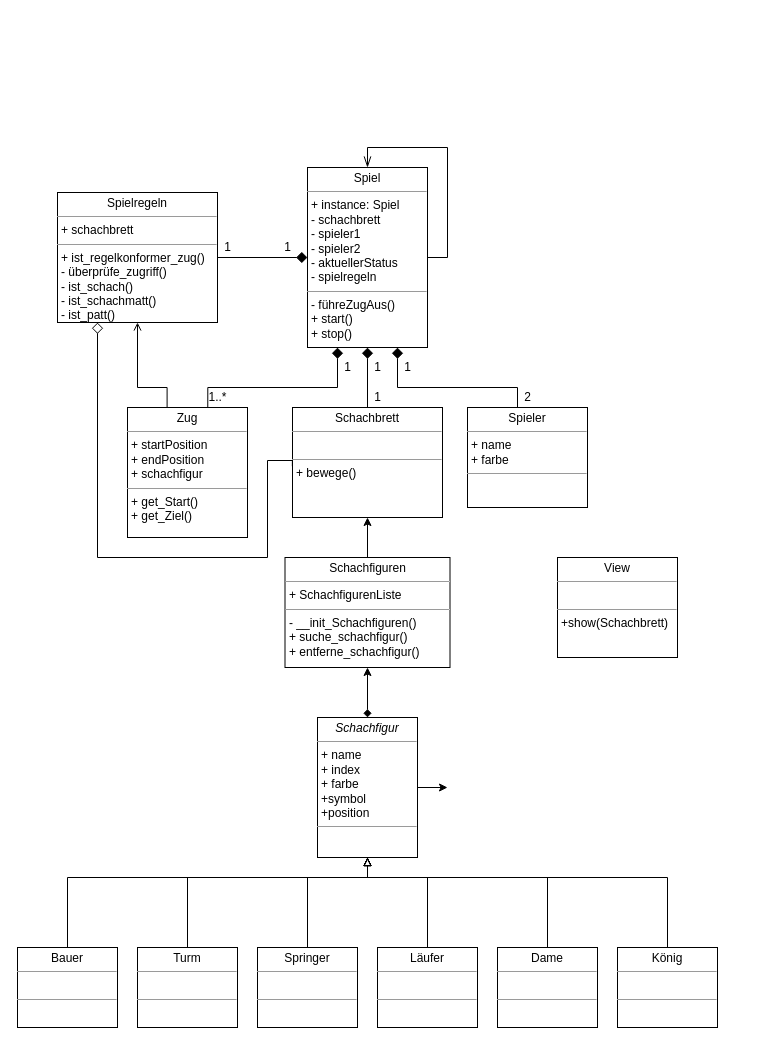
tobiasknode/chess keeps this draw.io diagram as docu/Schach_2.drawio. Above is the earlier version. Source tidied: cells renumbered, new cells numbered last; positions are measured from the earlier drawing's top-left corner, leaving out a move shared by most shapes. Both pictures are drawn from the tidied source at 100%, with x=0, y=0 at pixel (17, 147).
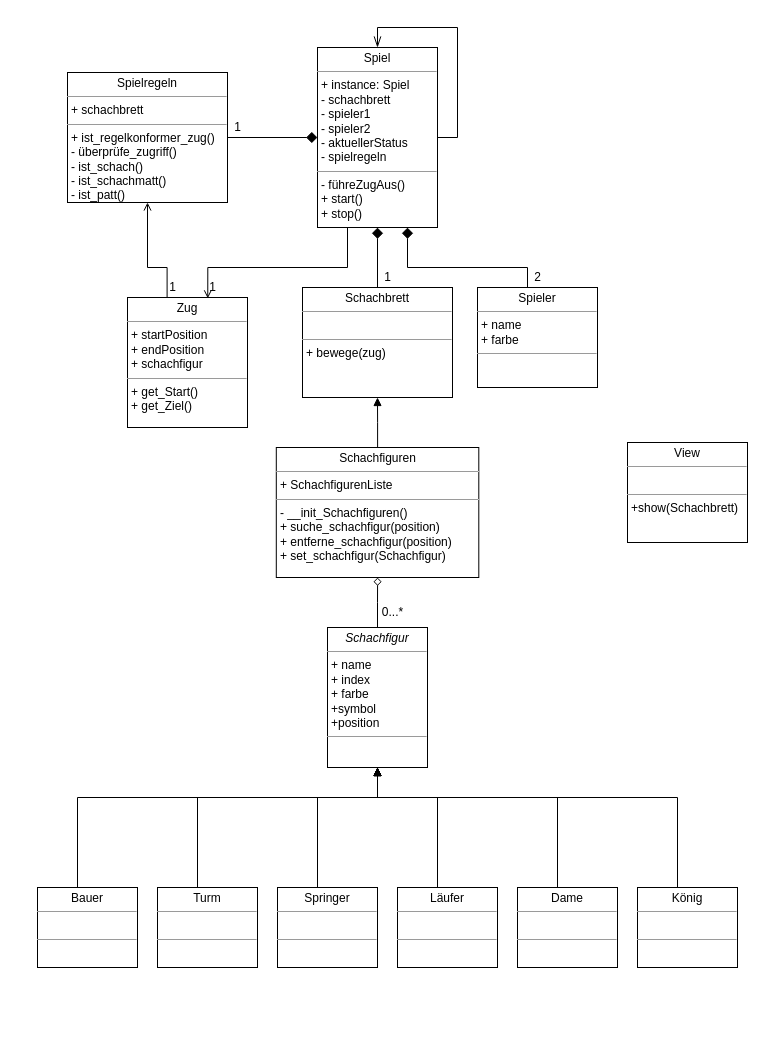
The same diagram, later.

The edit, as a diff of the source:
```diff
@@
     <mxCell id="3" value="&lt;p style=&quot;margin:0px;margin-top:4px;text-align:center;&quot;&gt;Spielregeln&lt;/p&gt;&lt;hr size=&quot;1&quot;&gt;&lt;p style=&quot;margin:0px;margin-left:4px;&quot;&gt;+ schachbrett&lt;/p&gt;&lt;hr size=&quot;1&quot;&gt;&lt;p style=&quot;margin:0px;margin-left:4px;&quot;&gt;+ ist_regelkonformer_zug()&lt;/p&gt;&lt;p style=&quot;margin:0px;margin-left:4px;&quot;&gt;- überprüfe_zugriff()&lt;br&gt;- ist_schach()&lt;/p&gt;&lt;p style=&quot;margin:0px;margin-left:4px;&quot;&gt;- ist_schachmatt()&lt;/p&gt;&lt;p style=&quot;margin:0px;margin-left:4px;&quot;&gt;- ist_patt()&lt;/p&gt;" style="verticalAlign=top;align=left;overflow=fill;fontSize=12;fontFamily=Helvetica;html=1;rounded=0;shadow=0;comic=0;labelBackgroundColor=none;strokeWidth=1;" parent="1" vertex="1">
-      <mxGeometry x="40" y="45" width="160" height="130" as="geometry" />
+      <mxGeometry x="50" y="-75" width="160" height="130" as="geometry" />
     </mxCell>
     <mxCell id="4" value="&lt;p style=&quot;margin:0px;margin-top:4px;text-align:center;&quot;&gt;Spiel&lt;/p&gt;&lt;hr size=&quot;1&quot;&gt;&lt;p style=&quot;margin:0px;margin-left:4px;&quot;&gt;+ instance: Spiel&lt;/p&gt;&lt;p style=&quot;margin:0px;margin-left:4px;&quot;&gt;- schachbrett&lt;/p&gt;&lt;p style=&quot;margin:0px;margin-left:4px;&quot;&gt;- spieler1&lt;/p&gt;&lt;p style=&quot;margin:0px;margin-left:4px;&quot;&gt;- spieler2&lt;/p&gt;&lt;p style=&quot;margin:0px;margin-left:4px;&quot;&gt;- aktuellerStatus&lt;/p&gt;&lt;p style=&quot;margin:0px;margin-left:4px;&quot;&gt;- spielregeln&lt;/p&gt;&lt;hr size=&quot;1&quot;&gt;&lt;p style=&quot;margin:0px;margin-left:4px;&quot;&gt;- führeZugAus()&lt;br&gt;&lt;/p&gt;&lt;p style=&quot;margin:0px;margin-left:4px;&quot;&gt;+ start()&lt;/p&gt;&lt;p style=&quot;margin:0px;margin-left:4px;&quot;&gt;+ stop()&lt;/p&gt;" style="verticalAlign=top;align=left;overflow=fill;fontSize=12;fontFamily=Helvetica;html=1;rounded=0;shadow=0;comic=0;labelBackgroundColor=none;strokeWidth=1;" parent="1" vertex="1">
-      <mxGeometry x="290" y="20" width="120" height="180" as="geometry" />
+      <mxGeometry x="300" y="-100" width="120" height="180" as="geometry" />
     </mxCell>
-    <mxCell id="5" style="edgeStyle=orthogonalEdgeStyle;rounded=0;jettySize=auto;html=1;startArrow=diamond;startFill=1;" parent="1" edge="1" source="7" target="38">
+    <mxCell id="5" style="edgeStyle=orthogonalEdgeStyle;rounded=0;jettySize=auto;html=1;startArrow=none;startFill=0;endArrow=diamond;endFill=0;" parent="1" edge="1" source="7" target="38">
       <mxGeometry relative="1" as="geometry" />
     </mxCell>
-    <mxCell id="6" style="edgeStyle=orthogonalEdgeStyle;rounded=0;jettySize=auto;html=1;exitX=1;exitY=0.5;exitDx=0;exitDy=0;" parent="1" edge="1" source="7">
-      <mxGeometry relative="1" as="geometry">
-        <mxPoint x="430" y="639.8" as="targetPoint" />
-      </mxGeometry>
-    </mxCell>
     <mxCell id="7" value="&lt;p style=&quot;margin:0px;margin-top:4px;text-align:center;&quot;&gt;&lt;i&gt;Schachfigur&lt;/i&gt;&lt;/p&gt;&lt;hr size=&quot;1&quot;&gt;&lt;p style=&quot;margin:0px;margin-left:4px;&quot;&gt;+ name&lt;/p&gt;&lt;p style=&quot;margin:0px;margin-left:4px;&quot;&gt;+ index&lt;/p&gt;&lt;p style=&quot;margin:0px;margin-left:4px;&quot;&gt;+ farbe&lt;/p&gt;&lt;p style=&quot;margin:0px;margin-left:4px;&quot;&gt;+symbol&lt;/p&gt;&lt;p style=&quot;margin:0px;margin-left:4px;&quot;&gt;+position&lt;/p&gt;&lt;hr size=&quot;1&quot;&gt;&lt;p style=&quot;margin:0px;margin-left:4px;&quot;&gt;&lt;br&gt;&lt;/p&gt;" style="verticalAlign=top;align=left;overflow=fill;fontSize=12;fontFamily=Helvetica;html=1;rounded=0;shadow=0;comic=0;labelBackgroundColor=none;strokeWidth=1;" parent="1" vertex="1">
-      <mxGeometry x="300" y="570" width="100" height="140" as="geometry" />
+      <mxGeometry x="310" y="480" width="100" height="140" as="geometry" />
     </mxCell>
-    <mxCell id="8" style="edgeStyle=orthogonalEdgeStyle;rounded=0;jettySize=auto;html=1;endArrow=block;endFill=0;entryX=0.5;entryY=1;entryDx=0;entryDy=0;" parent="1" edge="1" source="9">
+    <mxCell id="8" style="edgeStyle=orthogonalEdgeStyle;rounded=0;jettySize=auto;html=1;endArrow=block;endFill=0;" parent="1" edge="1" source="9">
       <mxGeometry relative="1" as="geometry">
-        <mxPoint x="350" y="710" as="targetPoint" />
+        <mxPoint x="360" y="620" as="targetPoint" />
         <Array as="points">
-          <mxPoint x="50" y="730" />
-          <mxPoint x="350" y="730" />
+          <mxPoint x="60" y="650" />
+          <mxPoint x="360" y="650" />
         </Array>
       </mxGeometry>
     </mxCell>
     <mxCell id="9" value="&lt;p style=&quot;margin:0px;margin-top:4px;text-align:center;&quot;&gt;Bauer&lt;/p&gt;&lt;hr size=&quot;1&quot;&gt;&lt;p style=&quot;margin:0px;margin-left:4px;&quot;&gt;&lt;br&gt;&lt;/p&gt;&lt;hr size=&quot;1&quot;&gt;&lt;p style=&quot;margin:0px;margin-left:4px;&quot;&gt;&lt;br&gt;&lt;/p&gt;" style="verticalAlign=top;align=left;overflow=fill;fontSize=12;fontFamily=Helvetica;html=1;rounded=0;shadow=0;comic=0;labelBackgroundColor=none;strokeWidth=1;" parent="1" vertex="1">
-      <mxGeometry y="800" width="100" height="80" as="geometry" />
+      <mxGeometry x="20" y="740" width="100" height="80" as="geometry" />
     </mxCell>
-    <mxCell id="10" style="edgeStyle=orthogonalEdgeStyle;rounded=0;jettySize=auto;html=1;entryX=0.5;entryY=1;entryDx=0;entryDy=0;endArrow=block;endFill=0;" parent="1" edge="1" source="11">
+    <mxCell id="10" style="edgeStyle=orthogonalEdgeStyle;rounded=0;jettySize=auto;html=1;endArrow=block;endFill=0;" parent="1" edge="1" source="11">
       <mxGeometry relative="1" as="geometry">
-        <mxPoint x="350" y="710" as="targetPoint" />
+        <mxPoint x="360" y="620" as="targetPoint" />
         <Array as="points">
-          <mxPoint x="170" y="730" />
-          <mxPoint x="350" y="730" />
+          <mxPoint x="180" y="650" />
+          <mxPoint x="360" y="650" />
         </Array>
       </mxGeometry>
     </mxCell>
     <mxCell id="11" value="&lt;p style=&quot;margin:0px;margin-top:4px;text-align:center;&quot;&gt;Turm&lt;/p&gt;&lt;hr size=&quot;1&quot;&gt;&lt;p style=&quot;margin:0px;margin-left:4px;&quot;&gt;&lt;br&gt;&lt;/p&gt;&lt;hr size=&quot;1&quot;&gt;&lt;p style=&quot;margin:0px;margin-left:4px;&quot;&gt;&lt;br&gt;&lt;/p&gt;" style="verticalAlign=top;align=left;overflow=fill;fontSize=12;fontFamily=Helvetica;html=1;rounded=0;shadow=0;comic=0;labelBackgroundColor=none;strokeWidth=1;" parent="1" vertex="1">
-      <mxGeometry x="120" y="800" width="100" height="80" as="geometry" />
+      <mxGeometry x="140" y="740" width="100" height="80" as="geometry" />
     </mxCell>
-    <mxCell id="12" style="edgeStyle=orthogonalEdgeStyle;rounded=0;jettySize=auto;html=1;endArrow=block;endFill=0;entryX=0.5;entryY=1;entryDx=0;entryDy=0;" parent="1" edge="1" source="13">
+    <mxCell id="12" style="edgeStyle=orthogonalEdgeStyle;rounded=0;jettySize=auto;html=1;endArrow=block;endFill=0;" parent="1" edge="1" source="13">
       <mxGeometry relative="1" as="geometry">
-        <mxPoint x="350" y="710" as="targetPoint" />
+        <mxPoint x="360" y="620" as="targetPoint" />
         <Array as="points">
-          <mxPoint x="290" y="730" />
-          <mxPoint x="350" y="730" />
+          <mxPoint x="300" y="650" />
+          <mxPoint x="360" y="650" />
         </Array>
       </mxGeometry>
     </mxCell>
     <mxCell id="13" value="&lt;p style=&quot;margin:0px;margin-top:4px;text-align:center;&quot;&gt;Springer&lt;/p&gt;&lt;hr size=&quot;1&quot;&gt;&lt;p style=&quot;margin:0px;margin-left:4px;&quot;&gt;&lt;br&gt;&lt;/p&gt;&lt;hr size=&quot;1&quot;&gt;&lt;p style=&quot;margin:0px;margin-left:4px;&quot;&gt;&lt;br&gt;&lt;/p&gt;" style="verticalAlign=top;align=left;overflow=fill;fontSize=12;fontFamily=Helvetica;html=1;rounded=0;shadow=0;comic=0;labelBackgroundColor=none;strokeWidth=1;" parent="1" vertex="1">
-      <mxGeometry x="240" y="800" width="100" height="80" as="geometry" />
+      <mxGeometry x="260" y="740" width="100" height="80" as="geometry" />
     </mxCell>
     <mxCell id="14" style="edgeStyle=orthogonalEdgeStyle;rounded=0;jettySize=auto;html=1;endArrow=block;endFill=0;" parent="1" edge="1" source="15">
       <mxGeometry relative="1" as="geometry">
-        <mxPoint x="350" y="710" as="targetPoint" />
+        <mxPoint x="360" y="620" as="targetPoint" />
         <Array as="points">
-          <mxPoint x="410" y="730" />
-          <mxPoint x="350" y="730" />
-          <mxPoint x="350" y="710" />
+          <mxPoint x="420" y="650" />
+          <mxPoint x="360" y="650" />
         </Array>
       </mxGeometry>
     </mxCell>
     <mxCell id="15" value="&lt;p style=&quot;margin:0px;margin-top:4px;text-align:center;&quot;&gt;Läufer&lt;/p&gt;&lt;hr size=&quot;1&quot;&gt;&lt;p style=&quot;margin:0px;margin-left:4px;&quot;&gt;&lt;br&gt;&lt;/p&gt;&lt;hr size=&quot;1&quot;&gt;&lt;p style=&quot;margin:0px;margin-left:4px;&quot;&gt;&lt;br&gt;&lt;/p&gt;" style="verticalAlign=top;align=left;overflow=fill;fontSize=12;fontFamily=Helvetica;html=1;rounded=0;shadow=0;comic=0;labelBackgroundColor=none;strokeWidth=1;" parent="1" vertex="1">
-      <mxGeometry x="360" y="800" width="100" height="80" as="geometry" />
+      <mxGeometry x="380" y="740" width="100" height="80" as="geometry" />
     </mxCell>
     <mxCell id="16" style="edgeStyle=orthogonalEdgeStyle;rounded=0;jettySize=auto;html=1;endArrow=block;endFill=0;" parent="1" edge="1" source="17">
       <mxGeometry relative="1" as="geometry">
-        <mxPoint x="350" y="710" as="targetPoint" />
+        <mxPoint x="360" y="620" as="targetPoint" />
         <Array as="points">
-          <mxPoint x="530" y="730" />
-          <mxPoint x="350" y="730" />
-          <mxPoint x="350" y="710" />
+          <mxPoint x="540" y="650" />
+          <mxPoint x="360" y="650" />
         </Array>
       </mxGeometry>
     </mxCell>
     <mxCell id="17" value="&lt;p style=&quot;margin:0px;margin-top:4px;text-align:center;&quot;&gt;Dame&lt;/p&gt;&lt;hr size=&quot;1&quot;&gt;&lt;p style=&quot;margin:0px;margin-left:4px;&quot;&gt;&lt;br&gt;&lt;/p&gt;&lt;hr size=&quot;1&quot;&gt;&lt;p style=&quot;margin:0px;margin-left:4px;&quot;&gt;&lt;br&gt;&lt;/p&gt;" style="verticalAlign=top;align=left;overflow=fill;fontSize=12;fontFamily=Helvetica;html=1;rounded=0;shadow=0;comic=0;labelBackgroundColor=none;strokeWidth=1;" parent="1" vertex="1">
-      <mxGeometry x="480" y="800" width="100" height="80" as="geometry" />
+      <mxGeometry x="500" y="740" width="100" height="80" as="geometry" />
     </mxCell>
-    <mxCell id="18" style="edgeStyle=orthogonalEdgeStyle;rounded=0;jettySize=auto;html=1;entryX=0.5;entryY=1;entryDx=0;entryDy=0;endArrow=block;endFill=0;" parent="1" edge="1" source="19">
+    <mxCell id="18" style="edgeStyle=orthogonalEdgeStyle;rounded=0;jettySize=auto;html=1;endArrow=block;endFill=1;" parent="1" edge="1" source="19">
       <mxGeometry relative="1" as="geometry">
-        <mxPoint x="350" y="710" as="targetPoint" />
+        <mxPoint x="360" y="620" as="targetPoint" />
         <Array as="points">
-          <mxPoint x="650" y="730" />
-          <mxPoint x="350" y="730" />
+          <mxPoint x="660" y="650" />
+          <mxPoint x="360" y="650" />
         </Array>
       </mxGeometry>
     </mxCell>
     <mxCell id="19" value="&lt;p style=&quot;margin:0px;margin-top:4px;text-align:center;&quot;&gt;König&lt;/p&gt;&lt;hr size=&quot;1&quot;&gt;&lt;p style=&quot;margin:0px;margin-left:4px;&quot;&gt;&lt;br&gt;&lt;/p&gt;&lt;hr size=&quot;1&quot;&gt;&lt;p style=&quot;margin:0px;margin-left:4px;&quot;&gt;&lt;br&gt;&lt;/p&gt;" style="verticalAlign=top;align=left;overflow=fill;fontSize=12;fontFamily=Helvetica;html=1;rounded=0;shadow=0;comic=0;labelBackgroundColor=none;strokeWidth=1;" parent="1" vertex="1">
-      <mxGeometry x="600" y="800" width="100" height="80" as="geometry" />
+      <mxGeometry x="620" y="740" width="100" height="80" as="geometry" />
     </mxCell>
     <mxCell id="20" style="edgeStyle=orthogonalEdgeStyle;rounded=0;jettySize=auto;html=1;endArrow=diamond;endFill=1;endSize=9;" parent="1" edge="1" source="22" target="4">
       <mxGeometry relative="1" as="geometry">
         <Array as="points">
-          <mxPoint x="350" y="190" />
-          <mxPoint x="350" y="190" />
+          <mxPoint x="360" y="70" />
+          <mxPoint x="360" y="70" />
         </Array>
       </mxGeometry>
     </mxCell>
-    <mxCell id="21" style="edgeStyle=orthogonalEdgeStyle;rounded=0;jettySize=auto;html=1;entryX=0.25;entryY=1;entryDx=0;entryDy=0;endArrow=diamond;endFill=0;exitX=-0.001;exitY=0.534;exitDx=0;exitDy=0;exitPerimeter=0;endSize=9;startSize=6;" parent="1" edge="1" source="22" target="3">
-      <mxGeometry relative="1" as="geometry">
-        <Array as="points">
-          <mxPoint x="275" y="313" />
-          <mxPoint x="250" y="313" />
-          <mxPoint x="250" y="410" />
-          <mxPoint x="80" y="410" />
-        </Array>
-      </mxGeometry>
-    </mxCell>
-    <mxCell id="22" value="&lt;p style=&quot;margin:0px;margin-top:4px;text-align:center;&quot;&gt;Schachbrett&lt;/p&gt;&lt;hr size=&quot;1&quot;&gt;&lt;p style=&quot;margin:0px;margin-left:4px;&quot;&gt;&lt;br&gt;&lt;/p&gt;&lt;hr size=&quot;1&quot;&gt;&lt;p style=&quot;margin:0px;margin-left:4px;&quot;&gt;&lt;span style=&quot;background-color: initial;&quot;&gt;+ bewege()&lt;/span&gt;&lt;br&gt;&lt;/p&gt;" style="verticalAlign=top;align=left;overflow=fill;fontSize=12;fontFamily=Helvetica;html=1;rounded=0;shadow=0;comic=0;labelBackgroundColor=none;strokeWidth=1;" parent="1" vertex="1">
-      <mxGeometry x="275" y="260" width="150" height="110" as="geometry" />
+    <mxCell id="22" value="&lt;p style=&quot;margin:0px;margin-top:4px;text-align:center;&quot;&gt;Schachbrett&lt;/p&gt;&lt;hr size=&quot;1&quot;&gt;&lt;p style=&quot;margin:0px;margin-left:4px;&quot;&gt;&lt;br&gt;&lt;/p&gt;&lt;hr size=&quot;1&quot;&gt;&lt;p style=&quot;margin:0px;margin-left:4px;&quot;&gt;&lt;span style=&quot;background-color: initial;&quot;&gt;+ bewege(zug)&lt;/span&gt;&lt;br&gt;&lt;/p&gt;" style="verticalAlign=top;align=left;overflow=fill;fontSize=12;fontFamily=Helvetica;html=1;rounded=0;shadow=0;comic=0;labelBackgroundColor=none;strokeWidth=1;" parent="1" vertex="1">
+      <mxGeometry x="285" y="140" width="150" height="110" as="geometry" />
     </mxCell>
-    <mxCell id="23" style="edgeStyle=orthogonalEdgeStyle;rounded=0;jettySize=auto;html=1;entryX=0.25;entryY=1;entryDx=0;entryDy=0;endArrow=diamond;endFill=1;endSize=9;exitX=0.669;exitY=0.007;exitDx=0;exitDy=0;exitPerimeter=0;" parent="1" edge="1" source="25" target="4">
+    <mxCell id="23" style="edgeStyle=orthogonalEdgeStyle;rounded=0;jettySize=auto;html=1;entryX=0.25;entryY=1;entryDx=0;entryDy=0;endArrow=none;endFill=0;endSize=9;exitX=0.669;exitY=0.007;exitDx=0;exitDy=0;exitPerimeter=0;startArrow=open;startFill=0;" parent="1" edge="1" source="25" target="4">
       <mxGeometry relative="1" as="geometry">
         <Array as="points">
-          <mxPoint x="190" y="240" />
-          <mxPoint x="320" y="240" />
+          <mxPoint x="190" y="120" />
+          <mxPoint x="330" y="120" />
         </Array>
       </mxGeometry>
     </mxCell>
     <mxCell id="24" style="edgeStyle=orthogonalEdgeStyle;rounded=0;jettySize=auto;html=1;entryX=0.5;entryY=1;entryDx=0;entryDy=0;endArrow=open;endFill=0;exitX=0.33;exitY=0.005;exitDx=0;exitDy=0;exitPerimeter=0;" parent="1" edge="1" source="25" target="3">
       <mxGeometry relative="1" as="geometry">
         <Array as="points">
-          <mxPoint x="150" y="240" />
-          <mxPoint x="120" y="240" />
+          <mxPoint x="130" y="120" />
         </Array>
       </mxGeometry>
     </mxCell>
     <mxCell id="25" value="&lt;p style=&quot;margin:0px;margin-top:4px;text-align:center;&quot;&gt;Zug&lt;/p&gt;&lt;hr size=&quot;1&quot;&gt;&lt;p style=&quot;margin:0px;margin-left:4px;&quot;&gt;+ startPosition&amp;nbsp;&lt;/p&gt;&lt;p style=&quot;margin:0px;margin-left:4px;&quot;&gt;+ endPosition&amp;nbsp;&lt;/p&gt;&lt;p style=&quot;margin:0px;margin-left:4px;&quot;&gt;+ schachfigur&lt;/p&gt;&lt;hr size=&quot;1&quot;&gt;&lt;p style=&quot;margin:0px;margin-left:4px;&quot;&gt;+ get_Start()&lt;/p&gt;&lt;p style=&quot;margin:0px;margin-left:4px;&quot;&gt;+ get_Ziel()&lt;/p&gt;" style="verticalAlign=top;align=left;overflow=fill;fontSize=12;fontFamily=Helvetica;html=1;rounded=0;shadow=0;comic=0;labelBackgroundColor=none;strokeWidth=1;" parent="1" vertex="1">
-      <mxGeometry x="110" y="260" width="120" height="130" as="geometry" />
+      <mxGeometry x="110" y="150" width="120" height="130" as="geometry" />
     </mxCell>
     <mxCell id="26" style="edgeStyle=orthogonalEdgeStyle;rounded=0;jettySize=auto;html=1;entryX=0.75;entryY=1;entryDx=0;entryDy=0;endArrow=diamond;endFill=1;endSize=9;" parent="1" edge="1" source="27" target="4">
       <mxGeometry relative="1" as="geometry">
         <Array as="points">
-          <mxPoint x="500" y="240" />
-          <mxPoint x="380" y="240" />
+          <mxPoint x="510" y="120" />
+          <mxPoint x="390" y="120" />
         </Array>
       </mxGeometry>
     </mxCell>
     <mxCell id="27" value="&lt;p style=&quot;margin:0px;margin-top:4px;text-align:center;&quot;&gt;Spieler&lt;/p&gt;&lt;hr size=&quot;1&quot;&gt;&lt;p style=&quot;margin:0px;margin-left:4px;&quot;&gt;+ name&amp;nbsp;&lt;/p&gt;&lt;p style=&quot;margin:0px;margin-left:4px;&quot;&gt;+ farbe&lt;/p&gt;&lt;hr size=&quot;1&quot;&gt;&lt;p style=&quot;margin:0px;margin-left:4px;&quot;&gt;&lt;br&gt;&lt;/p&gt;" style="verticalAlign=top;align=left;overflow=fill;fontSize=12;fontFamily=Helvetica;html=1;rounded=0;shadow=0;comic=0;labelBackgroundColor=none;strokeWidth=1;" parent="1" vertex="1">
-      <mxGeometry x="450" y="260" width="120" height="100" as="geometry" />
+      <mxGeometry x="460" y="140" width="120" height="100" as="geometry" />
     </mxCell>
-    <mxCell id="28" value="1" style="text;html=1;align=center;verticalAlign=middle;strokeColor=none;fillColor=none;" parent="1" vertex="1">
-      <mxGeometry x="380" y="210" width="20" height="20" as="geometry" />
-    </mxCell>
     <mxCell id="29" value="2" style="text;html=1;align=center;verticalAlign=middle;strokeColor=none;fillColor=none;" parent="1" vertex="1">
-      <mxGeometry x="500" y="240" width="20" height="20" as="geometry" />
+      <mxGeometry x="510" y="120" width="20" height="20" as="geometry" />
     </mxCell>
-    <mxCell id="30" value="1" style="text;html=1;align=center;verticalAlign=middle;strokeColor=none;fillColor=none;" parent="1" vertex="1">
-      <mxGeometry x="350" y="210" width="20" height="20" as="geometry" />
-    </mxCell>
     <mxCell id="31" value="1" style="text;html=1;align=center;verticalAlign=middle;strokeColor=none;fillColor=none;" parent="1" vertex="1">
-      <mxGeometry x="350" y="240" width="20" height="20" as="geometry" />
+      <mxGeometry x="360" y="120" width="20" height="20" as="geometry" />
     </mxCell>
-    <mxCell id="32" value="1" style="text;html=1;align=center;verticalAlign=middle;strokeColor=none;fillColor=none;" parent="1" vertex="1">
-      <mxGeometry x="260" y="90" width="20" height="20" as="geometry" />
-    </mxCell>
     <mxCell id="33" value="1" style="text;html=1;align=center;verticalAlign=middle;strokeColor=none;fillColor=none;" parent="1" vertex="1">
-      <mxGeometry x="200" y="90" width="20" height="20" as="geometry" />
+      <mxGeometry x="210" y="-30" width="20" height="20" as="geometry" />
     </mxCell>
-    <mxCell id="34" value="1..*" style="text;html=1;align=center;verticalAlign=middle;strokeColor=none;fillColor=none;" parent="1" vertex="1">
-      <mxGeometry x="185" y="240" width="30" height="20" as="geometry" />
+    <mxCell id="34" value="1" style="text;html=1;align=center;verticalAlign=middle;strokeColor=none;fillColor=none;" parent="1" vertex="1">
+      <mxGeometry x="180" y="125" width="30" height="30" as="geometry" />
     </mxCell>
-    <mxCell id="35" value="1" style="text;html=1;align=center;verticalAlign=middle;strokeColor=none;fillColor=none;" parent="1" vertex="1">
-      <mxGeometry x="320" y="210" width="20" height="20" as="geometry" />
-    </mxCell>
     <mxCell id="36" style="endArrow=openThin;endFill=0;endSize=9;html=1;rounded=0;entryX=0.5;entryY=0;entryDx=0;entryDy=0;exitX=1;exitY=0.5;exitDx=0;exitDy=0;" parent="1" edge="1" source="4" target="4">
       <mxGeometry relative="1" as="geometry">
         <Array as="points">
-          <mxPoint x="430" y="110" />
-          <mxPoint x="430" />
-          <mxPoint x="350" />
+          <mxPoint x="440" y="-10" />
+          <mxPoint x="440" y="-120" />
+          <mxPoint x="360" y="-120" />
         </Array>
       </mxGeometry>
     </mxCell>
-    <mxCell id="37" style="edgeStyle=orthogonalEdgeStyle;rounded=0;jettySize=auto;html=1;" parent="1" edge="1" source="38" target="22">
+    <mxCell id="37" style="edgeStyle=orthogonalEdgeStyle;rounded=0;jettySize=auto;html=1;endArrow=block;endFill=1;" parent="1" edge="1" source="38" target="22">
       <mxGeometry relative="1" as="geometry" />
     </mxCell>
-    <mxCell id="38" value="&lt;p style=&quot;margin:0px;margin-top:4px;text-align:center;&quot;&gt;Schachfiguren&lt;/p&gt;&lt;hr size=&quot;1&quot;&gt;&lt;p style=&quot;margin:0px;margin-left:4px;&quot;&gt;+ SchachfigurenListe&lt;/p&gt;&lt;hr size=&quot;1&quot;&gt;&lt;p style=&quot;margin:0px;margin-left:4px;&quot;&gt;-&amp;nbsp;__init_Schachfiguren()&lt;/p&gt;&lt;p style=&quot;margin:0px;margin-left:4px;&quot;&gt;+&amp;nbsp;suche_schachfigur()&lt;/p&gt;&lt;p style=&quot;margin:0px;margin-left:4px;&quot;&gt;+&amp;nbsp;entferne_schachfigur()&lt;/p&gt;" style="verticalAlign=top;align=left;overflow=fill;fontSize=12;fontFamily=Helvetica;html=1;rounded=0;shadow=0;comic=0;labelBackgroundColor=none;strokeWidth=1;" parent="1" vertex="1">
-      <mxGeometry x="267.5" y="410" width="165" height="110" as="geometry" />
+    <mxCell id="38" value="&lt;p style=&quot;margin:0px;margin-top:4px;text-align:center;&quot;&gt;Schachfiguren&lt;/p&gt;&lt;hr size=&quot;1&quot;&gt;&lt;p style=&quot;margin:0px;margin-left:4px;&quot;&gt;+ SchachfigurenListe&lt;/p&gt;&lt;hr size=&quot;1&quot;&gt;&lt;p style=&quot;margin:0px;margin-left:4px;&quot;&gt;-&amp;nbsp;__init_Schachfiguren()&lt;/p&gt;&lt;p style=&quot;margin:0px;margin-left:4px;&quot;&gt;+&amp;nbsp;suche_schachfigur(position)&lt;/p&gt;&lt;p style=&quot;margin:0px;margin-left:4px;&quot;&gt;+&amp;nbsp;entferne_schachfigur(position)&lt;/p&gt;&lt;p style=&quot;margin:0px;margin-left:4px;&quot;&gt;+ set_schachfigur(Schachfigur)&lt;/p&gt;" style="verticalAlign=top;align=left;overflow=fill;fontSize=12;fontFamily=Helvetica;html=1;rounded=0;shadow=0;comic=0;labelBackgroundColor=none;strokeWidth=1;" parent="1" vertex="1">
+      <mxGeometry x="258.8" y="300" width="202.5" height="130" as="geometry" />
     </mxCell>
     <mxCell id="39" value="&lt;p style=&quot;margin:0px;margin-top:4px;text-align:center;&quot;&gt;View&lt;/p&gt;&lt;hr size=&quot;1&quot;&gt;&lt;p style=&quot;margin:0px;margin-left:4px;&quot;&gt;&lt;br&gt;&lt;/p&gt;&lt;hr size=&quot;1&quot;&gt;&lt;p style=&quot;margin:0px;margin-left:4px;&quot;&gt;+show(Schachbrett)&lt;/p&gt;" style="verticalAlign=top;align=left;overflow=fill;fontSize=12;fontFamily=Helvetica;html=1;rounded=0;shadow=0;comic=0;labelBackgroundColor=none;strokeWidth=1;" parent="1" vertex="1">
-      <mxGeometry x="540" y="410" width="120" height="100" as="geometry" />
+      <mxGeometry x="610" y="295" width="120" height="100" as="geometry" />
     </mxCell>
+    <mxCell id="40" value="0...*" style="text;html=1;align=center;verticalAlign=middle;strokeColor=none;fillColor=none;" parent="1" vertex="1">
+      <mxGeometry x="355" y="450" width="40" height="30" as="geometry" />
+    </mxCell>
+    <mxCell id="41" value="1" style="text;html=1;align=center;verticalAlign=middle;strokeColor=none;fillColor=none;" parent="1" vertex="1">
+      <mxGeometry x="140" y="125" width="30" height="30" as="geometry" />
+    </mxCell>
```
